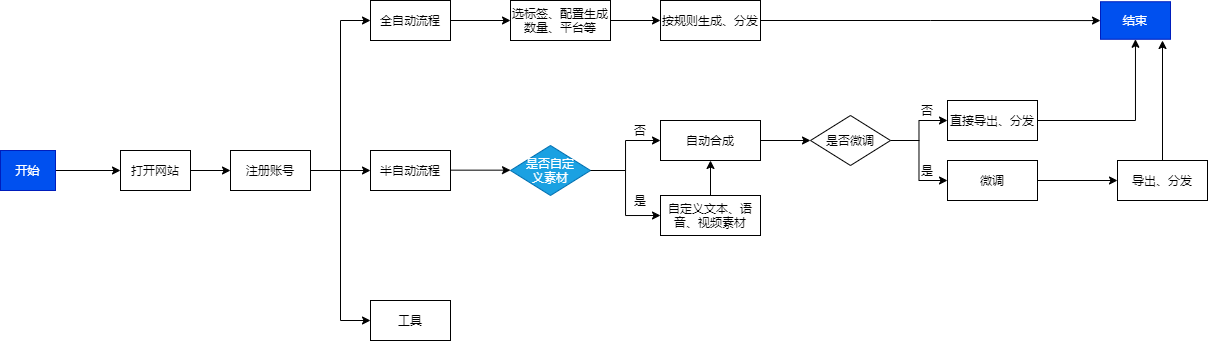
Earlier version of the draw.io export Untitled Diagram.png (yuanhenglizhen/markdown_note). Source tidied: cells renumbered, new cells last; positions are measured from the earlier drawing's top-left corner, leaving out a move shared by most shapes.
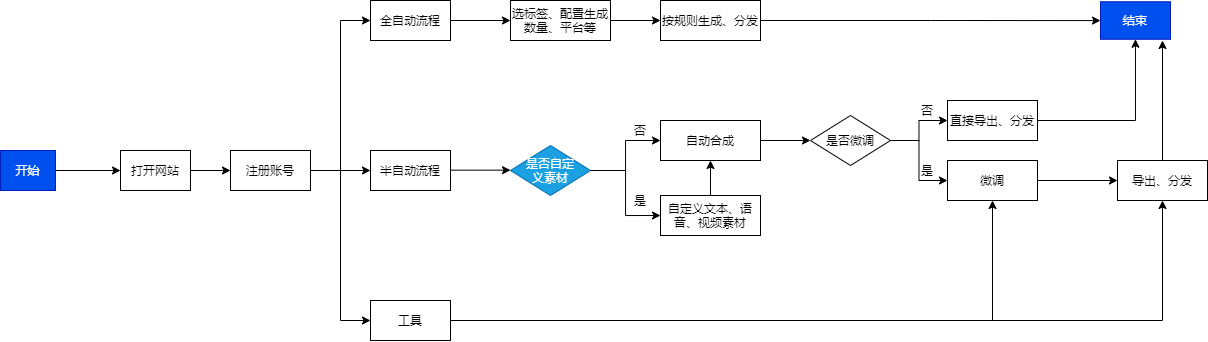
Later version of the same file.

Commit message:
视频生成项目流程图.png

Change to the diagram source:
```diff
@@ -76,6 +76,12 @@
     <mxCell id="24" style="edgeStyle=orthogonalEdgeStyle;rounded=0;jettySize=auto;html=1;exitX=1;exitY=0.5;exitDx=0;exitDy=0;entryX=0;entryY=0.5;entryDx=0;entryDy=0;" parent="1" edge="1" source="17" target="23">
       <mxGeometry relative="1" as="geometry" />
     </mxCell>
+    <mxCell id="40" style="edgeStyle=orthogonalEdgeStyle;rounded=0;jettySize=auto;html=1;entryX=0.5;entryY=1;entryDx=0;entryDy=0;" parent="1" edge="1" source="25" target="36">
+      <mxGeometry relative="1" as="geometry" />
+    </mxCell>
+    <mxCell id="41" style="edgeStyle=orthogonalEdgeStyle;rounded=0;jettySize=auto;html=1;entryX=0.5;entryY=1;entryDx=0;entryDy=0;" parent="1" edge="1" source="25" target="39">
+      <mxGeometry relative="1" as="geometry" />
+    </mxCell>
     <mxCell id="25" value="工具" style="whiteSpace=wrap;html=1;rounded=0;" parent="1" vertex="1">
       <mxGeometry x="370" y="300" width="80" height="40" as="geometry" />
     </mxCell>
```
